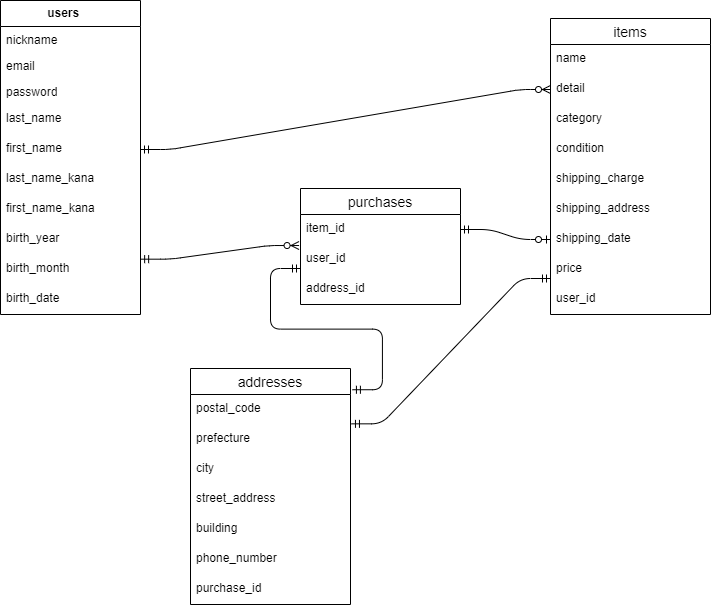
Before: db..drawio.png, a diagram exported from draw.io (Vermouth2004/furima-39449). Source tidied: cells renumbered, new cells last; positions are measured from the earlier drawing's top-left corner, leaving out a move shared by most shapes.
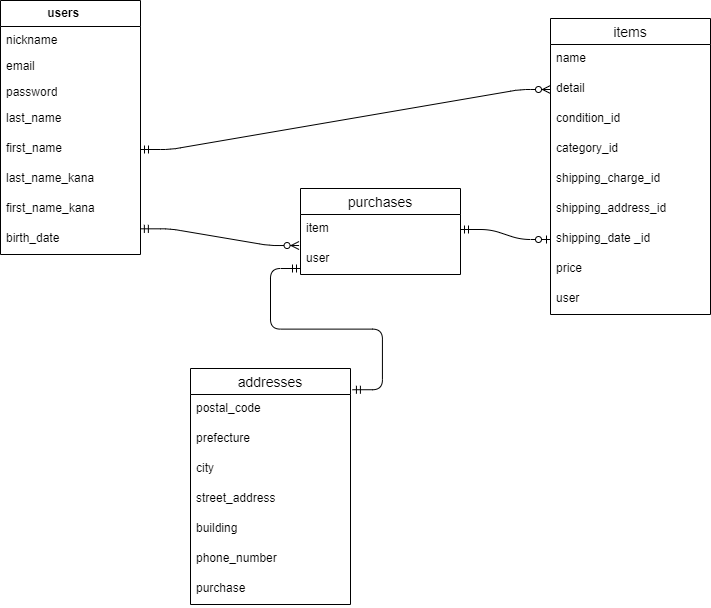
Later version of the same file.

Commit message:
テーブル設計の修正

Diff of the diagram source:
```diff
@@ -3,7 +3,7 @@
     <mxCell id="0" />
     <mxCell id="1" parent="0" />
     <mxCell id="2" value="&amp;nbsp; &amp;nbsp; &amp;nbsp;users&lt;span style=&quot;white-space: pre;&quot;&gt;&#9;&lt;span style=&quot;white-space: pre;&quot;&gt;&#9;&lt;/span&gt;&lt;/span&gt;" style="swimlane;fontStyle=1;horizontal=1;startSize=26;fillColor=none;html=1;" parent="1" vertex="1">
-      <mxGeometry width="140" height="314" as="geometry" />
+      <mxGeometry width="140" height="254" as="geometry" />
     </mxCell>
     <mxCell id="3" value="nickname&lt;span style=&quot;white-space: pre;&quot;&gt;&#9;&lt;/span&gt;&lt;span style=&quot;white-space: pre;&quot;&gt;&#9;&lt;/span&gt;&lt;span style=&quot;white-space: pre;&quot;&gt;&#9;&lt;/span&gt;&lt;span style=&quot;white-space: pre;&quot;&gt;&#9;&lt;/span&gt;&lt;span style=&quot;white-space: pre;&quot;&gt;&#9;&lt;/span&gt;" style="text;strokeColor=none;fillColor=none;align=left;verticalAlign=top;spacingLeft=4;spacingRight=4;overflow=hidden;whiteSpace=wrap;html=1;" parent="2" vertex="1">
       <mxGeometry y="26" width="140" height="26" as="geometry" />
@@ -26,15 +26,9 @@
     <mxCell id="9" value="first_name_kana" style="text;strokeColor=none;fillColor=none;spacingLeft=4;spacingRight=4;overflow=hidden;fontSize=12;" parent="2" vertex="1">
       <mxGeometry y="194" width="140" height="30" as="geometry" />
     </mxCell>
-    <mxCell id="10" value="birth_year" style="text;strokeColor=none;fillColor=none;spacingLeft=4;spacingRight=4;overflow=hidden;points=[[0,0.5],[1,0.5]];portConstraint=eastwest;fontSize=12;" parent="2" vertex="1">
+    <mxCell id="10" value="birth_date" style="text;strokeColor=none;fillColor=none;spacingLeft=4;spacingRight=4;overflow=hidden;points=[[0,0.5],[1,0.5]];portConstraint=eastwest;fontSize=12;" parent="2" vertex="1">
       <mxGeometry y="224" width="140" height="30" as="geometry" />
     </mxCell>
-    <mxCell id="11" value="birth_month" style="text;strokeColor=none;fillColor=none;spacingLeft=4;spacingRight=4;overflow=hidden;points=[[0,0.5],[1,0.5]];portConstraint=eastwest;fontSize=12;" parent="2" vertex="1">
-      <mxGeometry y="254" width="140" height="30" as="geometry" />
-    </mxCell>
-    <mxCell id="12" value="birth_date" style="text;strokeColor=none;fillColor=none;spacingLeft=4;spacingRight=4;overflow=hidden;fontSize=12;" parent="2" vertex="1">
-      <mxGeometry y="284" width="140" height="30" as="geometry" />
-    </mxCell>
     <mxCell id="13" value="items" style="swimlane;fontStyle=0;horizontal=1;startSize=26;align=center;fontSize=14;" parent="1" vertex="1">
       <mxGeometry x="550" y="18" width="160" height="296" as="geometry" />
     </mxCell>
@@ -44,39 +38,36 @@
     <mxCell id="15" value="detail" style="text;strokeColor=none;fillColor=none;spacingLeft=4;spacingRight=4;overflow=hidden;points=[[0,0.5],[1,0.5]];portConstraint=eastwest;fontSize=12;" parent="13" vertex="1">
       <mxGeometry y="56" width="160" height="30" as="geometry" />
     </mxCell>
+    <mxCell id="17" value="condition_id" style="text;strokeColor=none;fillColor=none;spacingLeft=4;spacingRight=4;overflow=hidden;fontSize=12;" parent="13" vertex="1">
+      <mxGeometry y="86" width="160" height="30" as="geometry" />
+    </mxCell>
-    <mxCell id="16" value="category" style="text;strokeColor=none;fillColor=none;spacingLeft=4;spacingRight=4;overflow=hidden;fontSize=12;" parent="13" vertex="1">
-      <mxGeometry y="86" width="160" height="30" as="geometry" />
+    <mxCell id="16" value="category_id" style="text;strokeColor=none;fillColor=none;spacingLeft=4;spacingRight=4;overflow=hidden;fontSize=12;" parent="13" vertex="1">
+      <mxGeometry y="116" width="160" height="30" as="geometry" />
     </mxCell>
-    <mxCell id="17" value="condition" style="text;strokeColor=none;fillColor=none;spacingLeft=4;spacingRight=4;overflow=hidden;fontSize=12;" parent="13" vertex="1">
-      <mxGeometry y="116" width="160" height="30" as="geometry" />
-    </mxCell>
-    <mxCell id="18" value="shipping_charge" style="text;strokeColor=none;fillColor=none;spacingLeft=4;spacingRight=4;overflow=hidden;fontSize=12;" parent="13" vertex="1">
+    <mxCell id="18" value="shipping_charge_id" style="text;strokeColor=none;fillColor=none;spacingLeft=4;spacingRight=4;overflow=hidden;fontSize=12;" parent="13" vertex="1">
       <mxGeometry y="146" width="160" height="30" as="geometry" />
     </mxCell>
-    <mxCell id="19" value="shipping_address" style="text;strokeColor=none;fillColor=none;spacingLeft=4;spacingRight=4;overflow=hidden;fontSize=12;" parent="13" vertex="1">
+    <mxCell id="19" value="shipping_address_id" style="text;strokeColor=none;fillColor=none;spacingLeft=4;spacingRight=4;overflow=hidden;fontSize=12;" parent="13" vertex="1">
       <mxGeometry y="176" width="160" height="30" as="geometry" />
     </mxCell>
-    <mxCell id="20" value="shipping_date                                &#10;&#10;&#10;" style="text;strokeColor=none;fillColor=none;spacingLeft=4;spacingRight=4;overflow=hidden;points=[[0,0.5],[1,0.5]];portConstraint=eastwest;fontSize=12;" parent="13" vertex="1">
+    <mxCell id="20" value="shipping_date _id                               &#10;&#10;&#10;" style="text;strokeColor=none;fillColor=none;spacingLeft=4;spacingRight=4;overflow=hidden;points=[[0,0.5],[1,0.5]];portConstraint=eastwest;fontSize=12;" parent="13" vertex="1">
       <mxGeometry y="206" width="160" height="30" as="geometry" />
     </mxCell>
     <mxCell id="21" value="price" style="text;strokeColor=none;fillColor=none;spacingLeft=4;spacingRight=4;overflow=hidden;points=[[0,0.5],[1,0.5]];portConstraint=eastwest;fontSize=12;" parent="13" vertex="1">
       <mxGeometry y="236" width="160" height="30" as="geometry" />
     </mxCell>
-    <mxCell id="22" value="user_id" style="text;strokeColor=none;fillColor=none;spacingLeft=4;spacingRight=4;overflow=hidden;fontSize=12;" parent="13" vertex="1">
+    <mxCell id="22" value="user" style="text;strokeColor=none;fillColor=none;spacingLeft=4;spacingRight=4;overflow=hidden;fontSize=12;" parent="13" vertex="1">
       <mxGeometry y="266" width="160" height="30" as="geometry" />
     </mxCell>
     <mxCell id="23" value="purchases" style="swimlane;fontStyle=0;horizontal=1;startSize=26;align=center;fontSize=14;" parent="1" vertex="1">
-      <mxGeometry x="300" y="188" width="160" height="116" as="geometry" />
+      <mxGeometry x="300" y="188" width="160" height="86" as="geometry" />
     </mxCell>
-    <mxCell id="24" value="item_id" style="text;strokeColor=none;fillColor=none;spacingLeft=4;spacingRight=4;overflow=hidden;points=[[0,0.5],[1,0.5]];portConstraint=eastwest;fontSize=12;" parent="23" vertex="1">
+    <mxCell id="24" value="item" style="text;strokeColor=none;fillColor=none;spacingLeft=4;spacingRight=4;overflow=hidden;points=[[0,0.5],[1,0.5]];portConstraint=eastwest;fontSize=12;" parent="23" vertex="1">
       <mxGeometry y="26" width="160" height="30" as="geometry" />
     </mxCell>
-    <mxCell id="25" value="user_id" style="text;strokeColor=none;fillColor=none;spacingLeft=4;spacingRight=4;overflow=hidden;fontSize=12;" parent="23" vertex="1">
+    <mxCell id="25" value="user" style="text;strokeColor=none;fillColor=none;spacingLeft=4;spacingRight=4;overflow=hidden;fontSize=12;" parent="23" vertex="1">
       <mxGeometry y="56" width="160" height="30" as="geometry" />
     </mxCell>
-    <mxCell id="26" value="address_id" style="text;strokeColor=none;fillColor=none;spacingLeft=4;spacingRight=4;overflow=hidden;fontSize=12;" parent="23" vertex="1">
-      <mxGeometry y="86" width="160" height="30" as="geometry" />
-    </mxCell>
     <mxCell id="27" value="addresses" style="swimlane;fontStyle=0;horizontal=1;startSize=26;align=center;fontSize=14;" parent="1" vertex="1">
       <mxGeometry x="190" y="368" width="160" height="236" as="geometry" />
     </mxCell>
@@ -98,21 +89,18 @@
     <mxCell id="33" value="phone_number" style="text;strokeColor=none;fillColor=none;spacingLeft=4;spacingRight=4;overflow=hidden;fontSize=12;" parent="27" vertex="1">
       <mxGeometry y="176" width="160" height="30" as="geometry" />
     </mxCell>
-    <mxCell id="34" value="purchase_id" style="text;strokeColor=none;fillColor=none;spacingLeft=4;spacingRight=4;overflow=hidden;fontSize=12;" parent="27" vertex="1">
+    <mxCell id="34" value="purchase" style="text;strokeColor=none;fillColor=none;spacingLeft=4;spacingRight=4;overflow=hidden;fontSize=12;" parent="27" vertex="1">
       <mxGeometry y="206" width="160" height="30" as="geometry" />
     </mxCell>
     <mxCell id="35" style="edgeStyle=entityRelationEdgeStyle;fontSize=12;html=1;endArrow=ERzeroToMany;startArrow=ERmandOne;exitX=1;exitY=0.5;exitDx=0;exitDy=0;entryX=0;entryY=0.5;entryDx=0;entryDy=0;" parent="1" edge="1" source="7" target="15">
       <mxGeometry relative="1" as="geometry" />
     </mxCell>
-    <mxCell id="36" style="edgeStyle=entityRelationEdgeStyle;fontSize=12;html=1;endArrow=ERzeroToMany;startArrow=ERmandOne;entryX=-0.009;entryY=1.034;entryDx=0;entryDy=0;entryPerimeter=0;exitX=1.001;exitY=0.156;exitDx=0;exitDy=0;exitPerimeter=0;" parent="1" edge="1" source="11" target="24">
+    <mxCell id="36" style="edgeStyle=entityRelationEdgeStyle;fontSize=12;html=1;endArrow=ERzeroToMany;startArrow=ERmandOne;entryX=-0.009;entryY=1.034;entryDx=0;entryDy=0;entryPerimeter=0;exitX=0.999;exitY=0.144;exitDx=0;exitDy=0;exitPerimeter=0;" parent="1" edge="1" source="10" target="24">
       <mxGeometry relative="1" as="geometry" />
     </mxCell>
     <mxCell id="37" style="edgeStyle=entityRelationEdgeStyle;fontSize=12;html=1;endArrow=ERzeroToOne;startArrow=ERmandOne;exitX=1;exitY=0.5;exitDx=0;exitDy=0;entryX=0;entryY=0.5;entryDx=0;entryDy=0;" parent="1" edge="1" source="24" target="20">
       <mxGeometry relative="1" as="geometry" />
     </mxCell>
-    <mxCell id="38" style="edgeStyle=entityRelationEdgeStyle;fontSize=12;html=1;endArrow=ERmandOne;startArrow=ERmandOne;exitX=1.006;exitY=-0.022;exitDx=0;exitDy=0;exitPerimeter=0;entryX=0;entryY=0.8;entryDx=0;entryDy=0;entryPerimeter=0;" parent="1" edge="1" source="29" target="21">
-      <mxGeometry relative="1" as="geometry" />
-    </mxCell>
     <mxCell id="39" style="edgeStyle=entityRelationEdgeStyle;fontSize=12;html=1;endArrow=ERmandOne;startArrow=ERmandOne;exitX=1.012;exitY=0.09;exitDx=0;exitDy=0;exitPerimeter=0;" parent="1" edge="1" source="27">
       <mxGeometry relative="1" as="geometry">
         <mxPoint x="300" y="268" as="targetPoint" />
```
